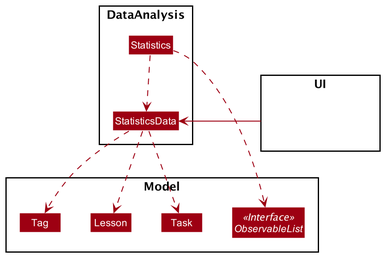
nus-cs2103-AY2021S1/tp keeps this PlantUML diagram as docs/images/StatsClassDiagram.png. Above is the earlier version.
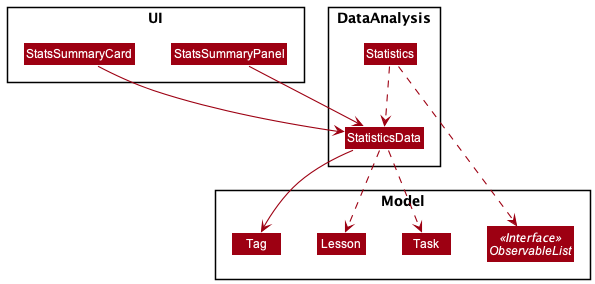
The same diagram one commit later.

Commit message:
update stats class diagram

Change to the diagram source:
```diff
@@ -17,13 +17,15 @@
 }
 
 package UI {
-    Class HiddenLogic #FFFFFF
+    Class StatsSummaryPanel
+    Class StatsSummaryCard
 }
 
 StatisticsData ..> Task
 StatisticsData ..> Lesson
-StatisticsData ..> Tag
+StatisticsData --> Tag
 Statistics ..> StatisticsData
 Statistics ..> ObservableList
-UI -left-> StatisticsData
+StatsSummaryCard --> StatisticsData
+StatsSummaryPanel --> StatisticsData
 @enduml
```
